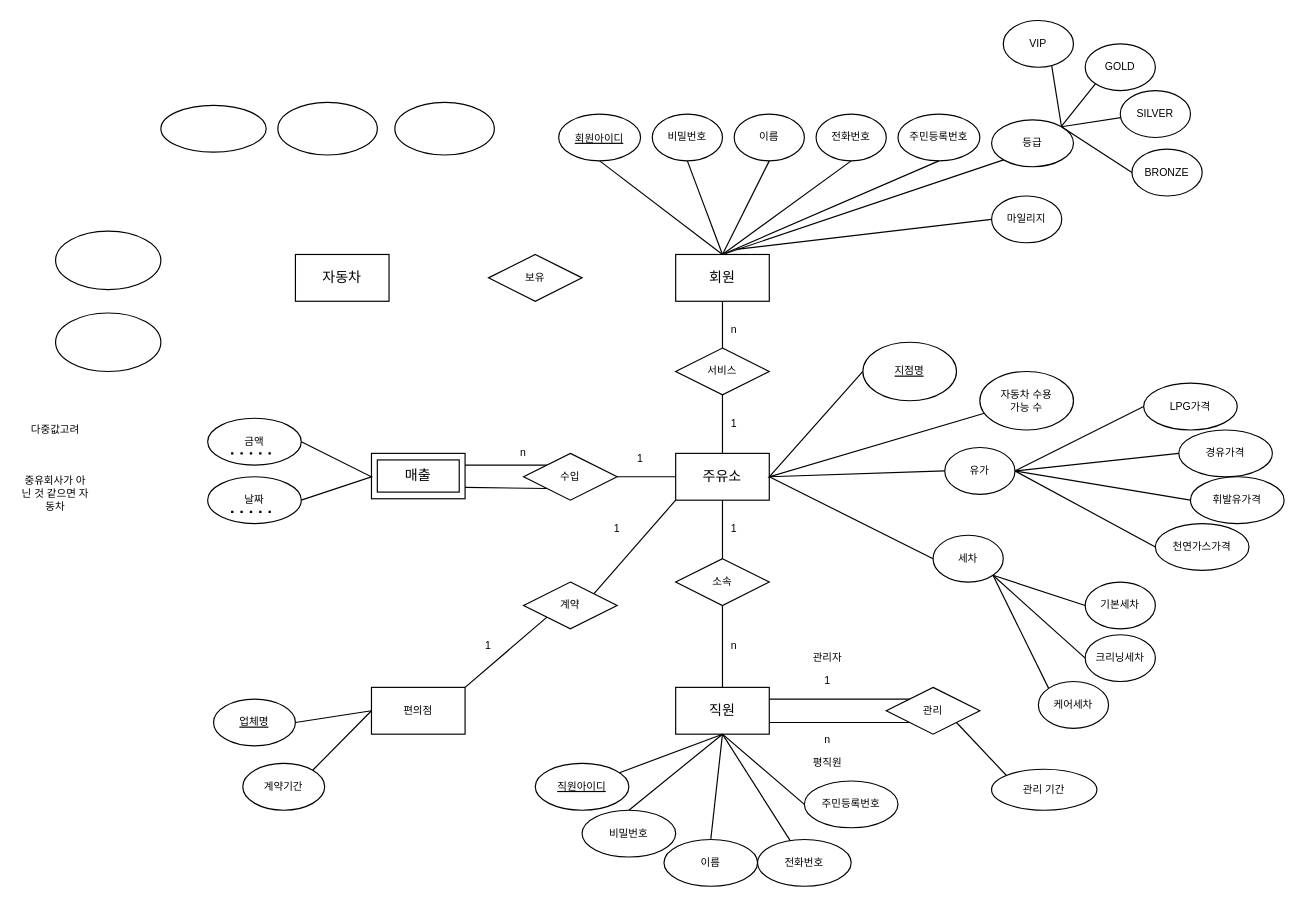
This is Untitled Diagram.drawio from junki1912/DataBase_base, a draw.io file, before an edit. Source tidied: cells renumbered, new cells numbered last; positions are measured from the earlier drawing's top-left corner, leaving out a move shared by most shapes. Both pictures are drawn from the tidied source at 117%, with x=0, y=0 at pixel (20, 20).
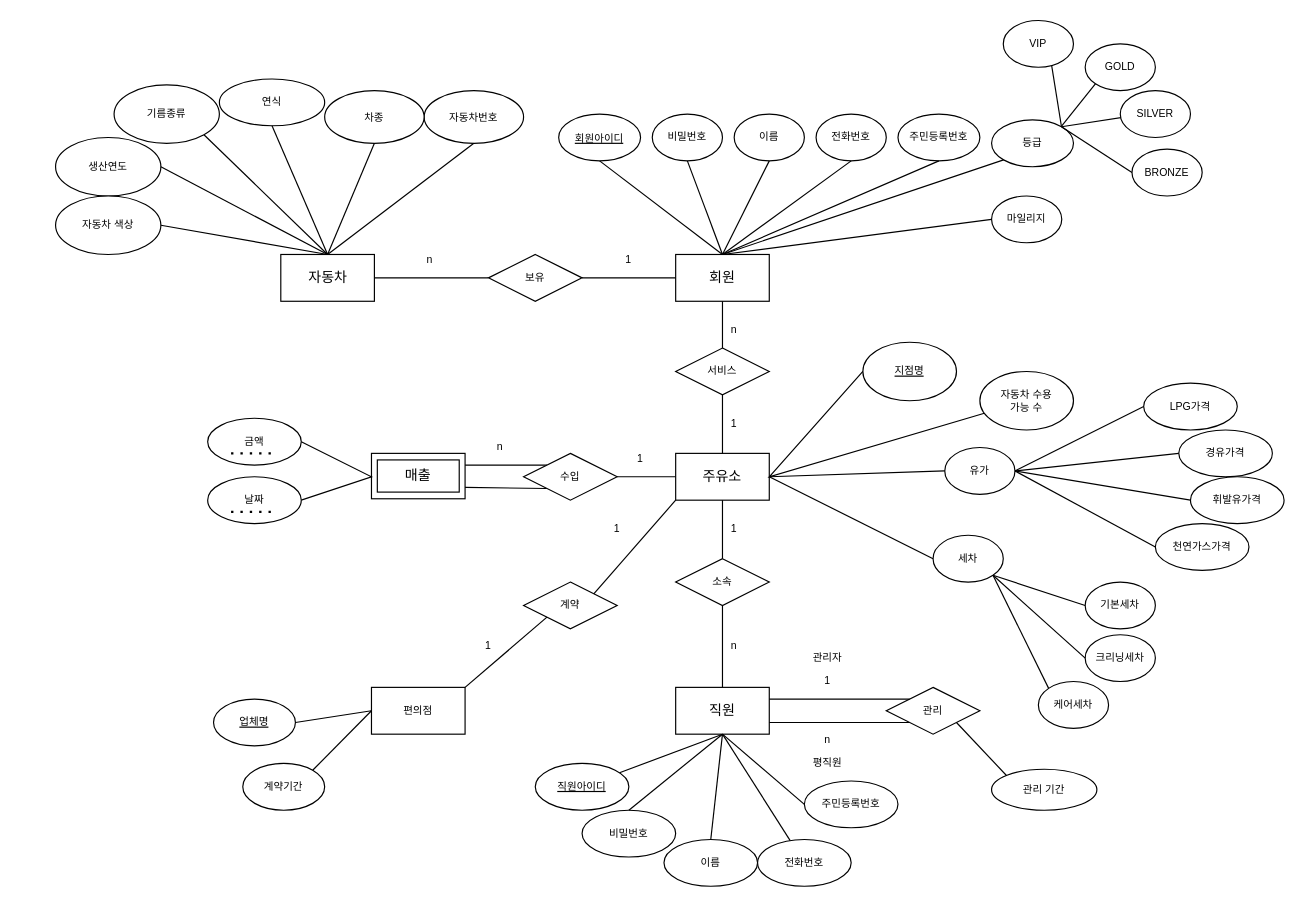
The same diagram, later.

Commit message:
gas_station_ERD

Unchanged cells that the change refers to:
```xml
<mxCell id="3" value="회원" style="rounded=0;whiteSpace=wrap;html=1;" parent="1" vertex="1">
  <mxGeometry x="560" y="200" width="80" height="40" as="geometry" />
</mxCell>
<mxCell id="8" value="마일리지" style="ellipse;whiteSpace=wrap;html=1;fontSize=9;" parent="1" vertex="1">
  <mxGeometry x="830" y="150" width="60" height="40" as="geometry" />
</mxCell>
<mxCell id="99" value="보유" style="rhombus;whiteSpace=wrap;html=1;fontSize=9;" parent="1" vertex="1">
  <mxGeometry x="400" y="200" width="80" height="40" as="geometry" />
</mxCell>
```

Diff of the diagram source:
```diff
@@
-    <mxCell id="17" style="endArrow=none;html=1;rounded=0;fontSize=9;entryX=0;entryY=0.5;entryDx=0;entryDy=0;exitX=0.649;exitY=-0.11;exitDx=0;exitDy=0;exitPerimeter=0;" parent="1" edge="1" source="3" target="8">
+    <mxCell id="17" style="endArrow=none;html=1;rounded=0;fontSize=9;entryX=0;entryY=0.5;entryDx=0;entryDy=0;exitX=0.5;exitY=0;exitDx=0;exitDy=0;" parent="1" edge="1" source="3" target="8">
       <mxGeometry relative="1" as="geometry" />
     </mxCell>
@@
     <mxCell id="83" value="n" style="text;html=1;strokeColor=none;fillColor=none;align=center;verticalAlign=middle;whiteSpace=wrap;rounded=0;fontSize=9;" parent="1" vertex="1">
-      <mxGeometry x="400" y="355" width="60" height="30" as="geometry" />
+      <mxGeometry x="380" y="350" width="60" height="30" as="geometry" />
     </mxCell>
@@
-    <mxCell id="98" value="다중값고려" style="text;html=1;strokeColor=none;fillColor=none;align=center;verticalAlign=middle;whiteSpace=wrap;rounded=0;fontSize=9;" parent="1" vertex="1">
-      <mxGeometry y="335" width="60" height="30" as="geometry" />
-    </mxCell>
@@
-    <mxCell id="100" style="ellipse;whiteSpace=wrap;html=1;fontSize=9;" parent="1" vertex="1">
-      <mxGeometry x="320" y="70" width="85" height="45" as="geometry" />
+    <mxCell id="100" value="자동차번호" style="ellipse;whiteSpace=wrap;html=1;fontSize=9;" parent="1" vertex="1">
+      <mxGeometry x="345" y="60" width="85" height="45" as="geometry" />
     </mxCell>
-    <mxCell id="101" style="ellipse;whiteSpace=wrap;html=1;fontSize=9;" parent="1" vertex="1">
-      <mxGeometry x="220" y="70" width="85" height="45" as="geometry" />
+    <mxCell id="101" value="차종" style="ellipse;whiteSpace=wrap;html=1;fontSize=9;" parent="1" vertex="1">
+      <mxGeometry x="260" y="60" width="85" height="45" as="geometry" />
     </mxCell>
-    <mxCell id="102" style="ellipse;whiteSpace=wrap;html=1;fontSize=9;" parent="1" vertex="1">
-      <mxGeometry x="120" y="72.5" width="90" height="40" as="geometry" />
+    <mxCell id="102" value="연식" style="ellipse;whiteSpace=wrap;html=1;fontSize=9;" parent="1" vertex="1">
+      <mxGeometry x="170" y="50" width="90" height="40" as="geometry" />
     </mxCell>
@@
-    <mxCell id="104" style="ellipse;whiteSpace=wrap;html=1;fontSize=9;" parent="1" vertex="1">
-      <mxGeometry x="30" y="180" width="90" height="50" as="geometry" />
+    <mxCell id="104" value="기름종류" style="ellipse;whiteSpace=wrap;html=1;fontSize=9;" parent="1" vertex="1">
+      <mxGeometry x="80" y="55" width="90" height="50" as="geometry" />
     </mxCell>
-    <mxCell id="105" style="ellipse;whiteSpace=wrap;html=1;fontSize=9;" parent="1" vertex="1">
-      <mxGeometry x="30" y="250" width="90" height="50" as="geometry" />
+    <mxCell id="105" value="생산연도" style="ellipse;whiteSpace=wrap;html=1;fontSize=9;" parent="1" vertex="1">
+      <mxGeometry x="30" y="100" width="90" height="50" as="geometry" />
     </mxCell>
@@
-    <mxCell id="107" value="중유회사가 아닌 것 같으면 자동차" style="text;html=1;strokeColor=none;fillColor=none;align=center;verticalAlign=middle;whiteSpace=wrap;rounded=0;fontSize=9;" parent="1" vertex="1">
-      <mxGeometry y="390" width="60" height="30" as="geometry" />
-    </mxCell>
     <mxCell id="108" value="자동차" style="rounded=0;whiteSpace=wrap;html=1;" parent="1" vertex="1">
-      <mxGeometry x="235" y="200" width="80" height="40" as="geometry" />
+      <mxGeometry x="222.5" y="200" width="80" height="40" as="geometry" />
     </mxCell>
+    <mxCell id="109" value="자동차 색상" style="ellipse;whiteSpace=wrap;html=1;fontSize=9;" parent="1" vertex="1">
+      <mxGeometry x="30" y="150" width="90" height="50" as="geometry" />
+    </mxCell>
+    <mxCell id="110" style="endArrow=none;html=1;rounded=0;fontSize=9;entryX=0;entryY=0.5;entryDx=0;entryDy=0;exitX=1;exitY=0.5;exitDx=0;exitDy=0;" parent="1" edge="1" source="108" target="99">
+      <mxGeometry relative="1" as="geometry" />
+    </mxCell>
+    <mxCell id="111" style="endArrow=none;html=1;rounded=0;fontSize=9;exitX=1;exitY=0.5;exitDx=0;exitDy=0;entryX=0;entryY=0.5;entryDx=0;entryDy=0;" parent="1" edge="1" source="99" target="3">
+      <mxGeometry relative="1" as="geometry" />
+    </mxCell>
+    <mxCell id="112" value="1" style="text;html=1;strokeColor=none;fillColor=none;align=center;verticalAlign=middle;whiteSpace=wrap;rounded=0;fontSize=9;" parent="1" vertex="1">
+      <mxGeometry x="490" y="190" width="60" height="30" as="geometry" />
+    </mxCell>
+    <mxCell id="113" value="n" style="text;html=1;strokeColor=none;fillColor=none;align=center;verticalAlign=middle;whiteSpace=wrap;rounded=0;fontSize=9;" parent="1" vertex="1">
+      <mxGeometry x="320" y="200" width="60" height="10" as="geometry" />
+    </mxCell>
+    <mxCell id="114" style="endArrow=none;html=1;rounded=0;entryX=0.5;entryY=0;entryDx=0;entryDy=0;exitX=1;exitY=0.5;exitDx=0;exitDy=0;" parent="1" edge="1" source="109" target="108">
+      <mxGeometry relative="1" as="geometry" />
+    </mxCell>
+    <mxCell id="115" style="endArrow=none;html=1;rounded=0;exitX=1;exitY=0.5;exitDx=0;exitDy=0;entryX=0.5;entryY=0;entryDx=0;entryDy=0;" parent="1" edge="1" source="105" target="108">
+      <mxGeometry relative="1" as="geometry" />
+    </mxCell>
+    <mxCell id="116" style="endArrow=none;html=1;rounded=0;exitX=1;exitY=1;exitDx=0;exitDy=0;entryX=0.5;entryY=0;entryDx=0;entryDy=0;" parent="1" edge="1" source="104" target="108">
+      <mxGeometry relative="1" as="geometry" />
+    </mxCell>
+    <mxCell id="117" style="endArrow=none;html=1;rounded=0;exitX=0.5;exitY=1;exitDx=0;exitDy=0;entryX=0.5;entryY=0;entryDx=0;entryDy=0;" parent="1" edge="1" source="102" target="108">
+      <mxGeometry relative="1" as="geometry" />
+    </mxCell>
+    <mxCell id="118" style="endArrow=none;html=1;rounded=0;exitX=0.5;exitY=1;exitDx=0;exitDy=0;entryX=0.5;entryY=0;entryDx=0;entryDy=0;" parent="1" edge="1" source="101" target="108">
+      <mxGeometry relative="1" as="geometry" />
+    </mxCell>
+    <mxCell id="119" style="endArrow=none;html=1;rounded=0;exitX=0.5;exitY=1;exitDx=0;exitDy=0;entryX=0.5;entryY=0;entryDx=0;entryDy=0;" parent="1" edge="1" source="100" target="108">
+      <mxGeometry relative="1" as="geometry" />
+    </mxCell>
```
